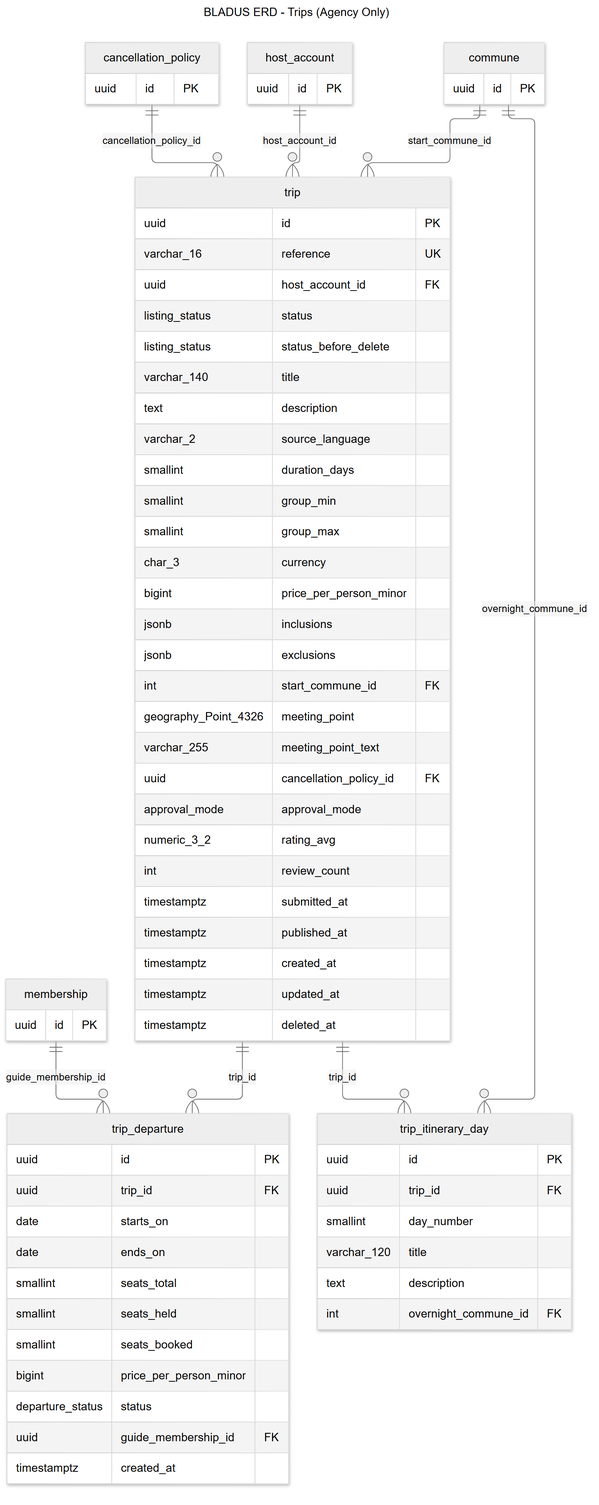
Earlier version of the Mermaid export docs/backend/diagrams/rendered/erd-07-trips-agency-only.png (med-amine-ok/darna). Its source is kept beside it as docs/backend/diagrams/erd-07-trips-agency-only.mmd. The source it was exported from:
```mermaid
---
title: "BLADUS ERD - Trips (Agency Only)"
---
erDiagram
    trip {
        uuid id PK
        varchar_16 reference UK
        uuid host_account_id FK
        listing_status status
        listing_status status_before_delete
        varchar_140 title
        text description
        varchar_2 source_language
        smallint duration_days
        smallint group_min
        smallint group_max
        char_3 currency
        bigint price_per_person_minor
        jsonb inclusions
        jsonb exclusions
        int start_commune_id FK
        geography_Point_4326 meeting_point
        varchar_255 meeting_point_text
        uuid cancellation_policy_id FK
        approval_mode approval_mode
        numeric_3_2 rating_avg
        int review_count
        timestamptz submitted_at
        timestamptz published_at
        timestamptz created_at
        timestamptz updated_at
        timestamptz deleted_at
    }
    trip_itinerary_day {
        uuid id PK
        uuid trip_id FK
        smallint day_number
        varchar_120 title
        text description
        int overnight_commune_id FK
    }
    trip_departure {
        uuid id PK
        uuid trip_id FK
        date starts_on
        date ends_on
        smallint seats_total
        smallint seats_held
        smallint seats_booked
        bigint price_per_person_minor
        departure_status status
        uuid guide_membership_id FK
        timestamptz created_at
    }
    cancellation_policy {
        uuid id PK
    }
    commune {
        uuid id PK
    }
    host_account {
        uuid id PK
    }
    membership {
        uuid id PK
    }
    host_account ||--o{ trip : "host_account_id"
    commune ||--o{ trip : "start_commune_id"
    cancellation_policy ||--o{ trip : "cancellation_policy_id"
    trip ||--o{ trip_itinerary_day : "trip_id"
    commune ||--o{ trip_itinerary_day : "overnight_commune_id"
    trip ||--o{ trip_departure : "trip_id"
    membership ||--o{ trip_departure : "guide_membership_id"
```
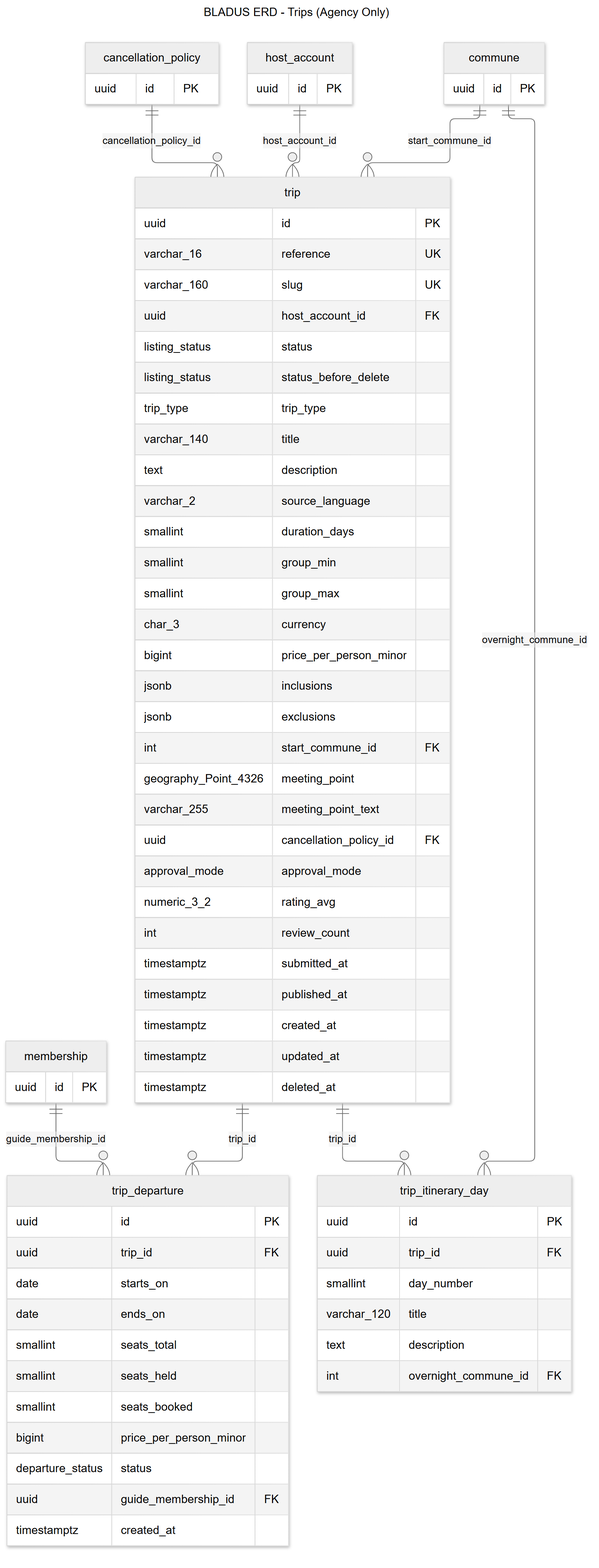
The same file after the commit.

Diff of the diagram source:
```diff
@@ -5,9 +5,11 @@
     trip {
         uuid id PK
         varchar_16 reference UK
+        varchar_160 slug UK
         uuid host_account_id FK
         listing_status status
         listing_status status_before_delete
+        trip_type trip_type
         varchar_140 title
         text description
         varchar_2 source_language
```
